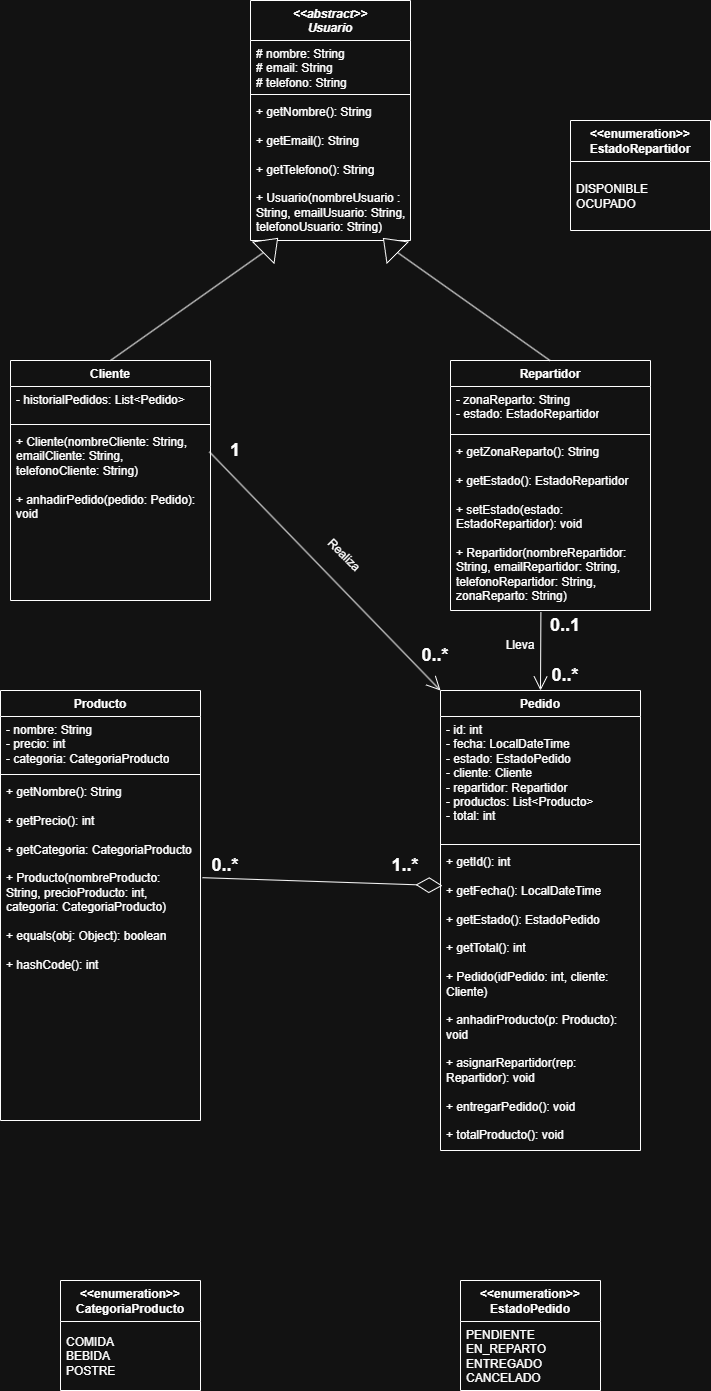
Martin-fb-28/PracticaCD3MFB keeps this draw.io diagram as EntregaIDE_MFB/EntregaIDE2_MFB.drawio.png. Above is the earlier version. Source tidied: cells renumbered, new cells last; positions are measured from the earlier drawing's top-left corner, leaving out a move shared by most shapes. Source of this version:
```xml
<mxGraphModel>
  <root>
    <mxCell id="0" />
    <mxCell id="1" parent="0" />
    <mxCell id="2" value="&lt;div&gt;&lt;i&gt;&amp;lt;&amp;lt;abstract&amp;gt;&amp;gt;&lt;/i&gt;&lt;/div&gt;&lt;i&gt;Usuario&lt;/i&gt;" style="swimlane;fontStyle=1;align=center;verticalAlign=top;horizontal=1;startSize=40;whiteSpace=wrap;html=1;" parent="1" vertex="1">
      <mxGeometry x="250" width="160" height="240" as="geometry" />
    </mxCell>
    <mxCell id="3" value="# nombre: String&lt;div&gt;# email: String&lt;/div&gt;&lt;div&gt;# telefono: String&lt;/div&gt;" style="text;strokeColor=none;fillColor=none;align=left;verticalAlign=top;spacingLeft=4;spacingRight=4;overflow=hidden;whiteSpace=wrap;html=1;" parent="2" vertex="1">
      <mxGeometry y="40" width="160" height="50" as="geometry" />
    </mxCell>
    <mxCell id="4" style="line;strokeWidth=1;fillColor=none;align=left;verticalAlign=middle;spacingTop=-1;spacingLeft=3;spacingRight=3;labelPosition=right;strokeColor=inherit;" parent="2" vertex="1">
      <mxGeometry y="90" width="160" height="8" as="geometry" />
    </mxCell>
    <mxCell id="5" value="+ getNombre(): String&lt;div&gt;&lt;br&gt;&lt;div&gt;+ getEmail(): String&lt;/div&gt;&lt;div&gt;&lt;br&gt;&lt;/div&gt;&lt;div&gt;+ getTelefono(): String&lt;/div&gt;&lt;div&gt;&lt;br&gt;&lt;/div&gt;&lt;div&gt;+ Usuario(nombreUsuario : String, emailUsuario: String, telefonoUsuario: String)&lt;/div&gt;&lt;/div&gt;" style="text;strokeColor=none;fillColor=none;align=left;verticalAlign=top;spacingLeft=4;spacingRight=4;overflow=hidden;whiteSpace=wrap;html=1;" parent="2" vertex="1">
      <mxGeometry y="98" width="160" height="142" as="geometry" />
    </mxCell>
    <mxCell id="6" value="Cliente" style="swimlane;fontStyle=1;align=center;verticalAlign=top;horizontal=1;startSize=26;whiteSpace=wrap;html=1;" parent="1" vertex="1">
      <mxGeometry x="10" y="360" width="200" height="240" as="geometry" />
    </mxCell>
    <mxCell id="7" value="- historialPedidos: List&amp;lt;Pedido&amp;gt;" style="text;strokeColor=none;fillColor=none;align=left;verticalAlign=top;spacingLeft=4;spacingRight=4;overflow=hidden;whiteSpace=wrap;html=1;" parent="6" vertex="1">
      <mxGeometry y="26" width="200" height="34" as="geometry" />
    </mxCell>
    <mxCell id="8" style="line;strokeWidth=1;fillColor=none;align=left;verticalAlign=middle;spacingTop=-1;spacingLeft=3;spacingRight=3;labelPosition=right;strokeColor=inherit;" parent="6" vertex="1">
      <mxGeometry y="60" width="200" height="8" as="geometry" />
    </mxCell>
    <mxCell id="9" value="+ Cliente(nombreCliente: String, emailCliente: String, telefonoCliente: String)&lt;div&gt;&lt;br&gt;&lt;div&gt;+ anhadirPedido(pedido: Pedido): void&lt;/div&gt;&lt;/div&gt;" style="text;strokeColor=none;fillColor=none;align=left;verticalAlign=top;spacingLeft=4;spacingRight=4;overflow=hidden;points=[[0,0.5],[1,0.5]];portConstraint=eastwest;whiteSpace=wrap;html=1;" parent="6" vertex="1">
      <mxGeometry y="68" width="200" height="172" as="geometry" />
    </mxCell>
    <mxCell id="10" style="endArrow=none;html=1;rounded=0;entryX=0;entryY=0.5;entryDx=0;entryDy=0;" parent="1" edge="1" target="11">
      <mxGeometry relative="1" as="geometry">
        <mxPoint x="110" y="360" as="sourcePoint" />
      </mxGeometry>
    </mxCell>
    <mxCell id="11" style="triangle;whiteSpace=wrap;html=1;rotation=-45;" parent="1" vertex="1">
      <mxGeometry x="260" y="230" width="20" height="30" as="geometry" />
    </mxCell>
    <mxCell id="12" value="Repartidor" style="swimlane;fontStyle=1;align=center;verticalAlign=top;horizontal=1;startSize=26;whiteSpace=wrap;html=1;" parent="1" vertex="1">
      <mxGeometry x="450" y="360" width="200" height="250" as="geometry" />
    </mxCell>
    <mxCell id="13" value="- zonaReparto: String&lt;div&gt;- estado: EstadoRepartidor&lt;/div&gt;" style="text;strokeColor=none;fillColor=none;align=left;verticalAlign=top;spacingLeft=4;spacingRight=4;overflow=hidden;whiteSpace=wrap;html=1;" parent="12" vertex="1">
      <mxGeometry y="26" width="200" height="44" as="geometry" />
    </mxCell>
    <mxCell id="14" style="line;strokeWidth=1;fillColor=none;align=left;verticalAlign=middle;spacingTop=-1;spacingLeft=3;spacingRight=3;labelPosition=right;strokeColor=inherit;" parent="12" vertex="1">
      <mxGeometry y="70" width="200" height="8" as="geometry" />
    </mxCell>
    <mxCell id="15" value="+ getZonaReparto(): String&lt;div&gt;&lt;br&gt;&lt;div&gt;+ getEstado(): EstadoRepartidor&lt;/div&gt;&lt;div&gt;&lt;br&gt;&lt;/div&gt;&lt;div&gt;+ setEstado(estado: EstadoRepartidor): void&lt;/div&gt;&lt;div&gt;&lt;br&gt;&lt;/div&gt;&lt;div&gt;+ Repartidor(nombreRepartidor: String, emailRepartidor: String, telefonoRepartidor: String, zonaReparto: String)&lt;/div&gt;&lt;/div&gt;" style="text;strokeColor=none;fillColor=none;align=left;verticalAlign=top;spacingLeft=4;spacingRight=4;overflow=hidden;points=[[0,0.5],[1,0.5]];portConstraint=eastwest;whiteSpace=wrap;html=1;" parent="12" vertex="1">
      <mxGeometry y="78" width="200" height="172" as="geometry" />
    </mxCell>
    <mxCell id="16" style="endArrow=none;html=1;rounded=0;entryX=0;entryY=0.5;entryDx=0;entryDy=0;" parent="1" edge="1" target="17">
      <mxGeometry relative="1" as="geometry">
        <mxPoint x="549.5" y="360" as="sourcePoint" />
      </mxGeometry>
    </mxCell>
    <mxCell id="17" style="triangle;whiteSpace=wrap;html=1;rotation=-135;" parent="1" vertex="1">
      <mxGeometry x="380" y="230" width="20" height="30" as="geometry" />
    </mxCell>
    <mxCell id="18" value="Producto" style="swimlane;fontStyle=1;align=center;verticalAlign=top;horizontal=1;startSize=26;whiteSpace=wrap;html=1;" parent="1" vertex="1">
      <mxGeometry y="690" width="200" height="430" as="geometry" />
    </mxCell>
    <mxCell id="19" value="- nombre: String&lt;div&gt;- precio: int&lt;/div&gt;&lt;div&gt;- categoria: CategoriaProducto&lt;/div&gt;" style="text;strokeColor=none;fillColor=none;align=left;verticalAlign=top;spacingLeft=4;spacingRight=4;overflow=hidden;whiteSpace=wrap;html=1;" parent="18" vertex="1">
      <mxGeometry y="26" width="200" height="54" as="geometry" />
    </mxCell>
    <mxCell id="20" style="line;strokeWidth=1;fillColor=none;align=left;verticalAlign=middle;spacingTop=-1;spacingLeft=3;spacingRight=3;labelPosition=right;strokeColor=inherit;" parent="18" vertex="1">
      <mxGeometry y="80" width="200" height="8" as="geometry" />
    </mxCell>
    <mxCell id="21" value="+ getNombre(): String&lt;div&gt;&lt;br&gt;&lt;/div&gt;&lt;div&gt;+ getPrecio(): int&lt;/div&gt;&lt;div&gt;&lt;br&gt;&lt;/div&gt;&lt;div&gt;+ getCategoria: CategoriaProducto&lt;/div&gt;&lt;div&gt;&lt;br&gt;&lt;/div&gt;&lt;div&gt;+ Producto(nombreProducto: String, precioProducto: int, categoria: CategoriaProducto)&lt;/div&gt;&lt;div&gt;&lt;br&gt;&lt;/div&gt;&lt;div&gt;+ equals(obj: Object): boolean&lt;/div&gt;&lt;div&gt;&lt;br&gt;&lt;/div&gt;&lt;div&gt;+ hashCode(): int&lt;/div&gt;" style="text;strokeColor=none;fillColor=none;align=left;verticalAlign=top;spacingLeft=4;spacingRight=4;overflow=hidden;points=[[0,0.5],[1,0.5]];portConstraint=eastwest;whiteSpace=wrap;html=1;" parent="18" vertex="1">
      <mxGeometry y="88" width="200" height="342" as="geometry" />
    </mxCell>
    <mxCell id="22" value="Pedido" style="swimlane;fontStyle=1;align=center;verticalAlign=top;horizontal=1;startSize=26;whiteSpace=wrap;html=1;" parent="1" vertex="1">
      <mxGeometry x="440" y="690" width="200" height="460" as="geometry" />
    </mxCell>
    <mxCell id="23" value="- id: int&lt;div&gt;- fecha: LocalDateTime&lt;/div&gt;&lt;div&gt;- estado: EstadoPedido&lt;/div&gt;&lt;div&gt;- cliente: Cliente&lt;/div&gt;&lt;div&gt;- repartidor: Repartidor&lt;/div&gt;&lt;div&gt;- productos: List&amp;lt;Producto&amp;gt;&lt;/div&gt;&lt;div&gt;- total: int&lt;/div&gt;" style="text;strokeColor=none;fillColor=none;align=left;verticalAlign=top;spacingLeft=4;spacingRight=4;overflow=hidden;whiteSpace=wrap;html=1;" parent="22" vertex="1">
      <mxGeometry y="26" width="200" height="124" as="geometry" />
    </mxCell>
    <mxCell id="24" style="line;strokeWidth=1;fillColor=none;align=left;verticalAlign=middle;spacingTop=-1;spacingLeft=3;spacingRight=3;labelPosition=right;strokeColor=inherit;" parent="22" vertex="1">
      <mxGeometry y="150" width="200" height="8" as="geometry" />
    </mxCell>
    <mxCell id="25" value="+ getId(): int&lt;div&gt;&lt;br&gt;&lt;div&gt;+ getFecha(): LocalDateTime&lt;/div&gt;&lt;/div&gt;&lt;div&gt;&lt;br&gt;&lt;/div&gt;&lt;div&gt;+ getEstado(): EstadoPedido&lt;/div&gt;&lt;div&gt;&lt;br&gt;&lt;/div&gt;&lt;div&gt;+ getTotal(): int&lt;/div&gt;&lt;div&gt;&lt;br&gt;&lt;/div&gt;&lt;div&gt;+ Pedido(idPedido: int, cliente: Cliente)&lt;/div&gt;&lt;div&gt;&lt;br&gt;&lt;/div&gt;&lt;div&gt;+ anhadirProducto(p: Producto): void&lt;/div&gt;&lt;div&gt;&lt;br&gt;&lt;/div&gt;&lt;div&gt;+ asignarRepartidor(rep: Repartidor): void&lt;/div&gt;&lt;div&gt;&lt;br&gt;&lt;/div&gt;&lt;div&gt;+ entregarPedido(): void&lt;/div&gt;&lt;div&gt;&lt;br&gt;&lt;/div&gt;&lt;div&gt;+ totalProducto(): void&lt;/div&gt;" style="text;strokeColor=none;fillColor=none;align=left;verticalAlign=top;spacingLeft=4;spacingRight=4;overflow=hidden;points=[[0,0.5],[1,0.5]];portConstraint=eastwest;whiteSpace=wrap;html=1;" parent="22" vertex="1">
      <mxGeometry y="158" width="200" height="302" as="geometry" />
    </mxCell>
    <mxCell id="26" value="&lt;div&gt;&amp;lt;&amp;lt;enumeration&amp;gt;&amp;gt;&lt;/div&gt;EstadoPedido" style="swimlane;fontStyle=1;align=center;verticalAlign=middle;horizontal=1;startSize=41;html=1;whiteSpace=wrap;" parent="1" vertex="1">
      <mxGeometry x="460" y="1280" width="140" height="110" as="geometry" />
    </mxCell>
    <mxCell id="27" value="PENDIENTE&lt;div&gt;EN_REPARTO&lt;/div&gt;&lt;div&gt;ENTREGADO&lt;/div&gt;&lt;div&gt;CANCELADO&lt;/div&gt;" style="text;html=1;strokeColor=none;fillColor=none;align=left;verticalAlign=middle;spacingLeft=4;spacingRight=4;overflow=hidden;whiteSpace=wrap;" parent="26" vertex="1">
      <mxGeometry y="41" width="140" height="69" as="geometry" />
    </mxCell>
    <mxCell id="28" value="&lt;div&gt;&amp;lt;&amp;lt;enumeration&amp;gt;&amp;gt;&lt;/div&gt;CategoriaProducto" style="swimlane;fontStyle=1;align=center;verticalAlign=middle;horizontal=1;startSize=41;html=1;whiteSpace=wrap;" parent="1" vertex="1">
      <mxGeometry x="60" y="1280" width="140" height="110" as="geometry" />
    </mxCell>
    <mxCell id="29" value="COMIDA&lt;div&gt;BEBIDA&lt;/div&gt;&lt;div&gt;POSTRE&lt;/div&gt;" style="text;html=1;strokeColor=none;fillColor=none;align=left;verticalAlign=middle;spacingLeft=4;spacingRight=4;overflow=hidden;whiteSpace=wrap;" parent="28" vertex="1">
      <mxGeometry y="41" width="140" height="69" as="geometry" />
    </mxCell>
    <mxCell id="30" value="&lt;div&gt;&amp;lt;&amp;lt;enumeration&amp;gt;&amp;gt;&lt;/div&gt;EstadoRepartidor" style="swimlane;fontStyle=1;align=center;verticalAlign=middle;horizontal=1;startSize=41;html=1;whiteSpace=wrap;" parent="1" vertex="1">
      <mxGeometry x="570" y="120" width="140" height="110" as="geometry" />
    </mxCell>
    <mxCell id="31" value="DISPONIBLE&lt;div&gt;OCUPADO&lt;/div&gt;" style="text;html=1;strokeColor=none;fillColor=none;align=left;verticalAlign=middle;spacingLeft=4;spacingRight=4;overflow=hidden;whiteSpace=wrap;" parent="30" vertex="1">
      <mxGeometry y="41" width="140" height="69" as="geometry" />
    </mxCell>
    <mxCell id="32" style="endArrow=open;endFill=1;endSize=12;html=1;rounded=0;entryX=0;entryY=0;entryDx=0;entryDy=0;exitX=0.994;exitY=0.135;exitDx=0;exitDy=0;exitPerimeter=0;" parent="1" edge="1" source="9" target="22">
      <mxGeometry relative="1" as="geometry" />
    </mxCell>
    <mxCell id="33" style="endArrow=open;endFill=1;endSize=12;html=1;rounded=0;exitX=0.452;exitY=1.009;exitDx=0;exitDy=0;exitPerimeter=0;entryX=0.5;entryY=0;entryDx=0;entryDy=0;" parent="1" edge="1" source="15" target="22">
      <mxGeometry relative="1" as="geometry" />
    </mxCell>
    <mxCell id="34" style="endArrow=diamondThin;endFill=0;endSize=24;html=1;rounded=0;exitX=1.01;exitY=0.29;exitDx=0;exitDy=0;exitPerimeter=0;entryX=0.01;entryY=0.123;entryDx=0;entryDy=0;entryPerimeter=0;" parent="1" edge="1" source="21" target="25">
      <mxGeometry relative="1" as="geometry" />
    </mxCell>
    <mxCell id="35" value="&lt;b&gt;&lt;font style=&quot;font-size: 18px;&quot;&gt;1&lt;/font&gt;&lt;/b&gt;" style="text;html=1;whiteSpace=wrap;strokeColor=none;fillColor=none;align=center;verticalAlign=middle;rounded=0;" parent="1" vertex="1">
      <mxGeometry x="210" y="440" width="50" height="20" as="geometry" />
    </mxCell>
    <mxCell id="36" value="&lt;font style=&quot;font-size: 18px;&quot;&gt;&lt;b&gt;0..*&lt;/b&gt;&lt;/font&gt;" style="text;html=1;whiteSpace=wrap;strokeColor=none;fillColor=none;align=center;verticalAlign=middle;rounded=0;rotation=0;" parent="1" vertex="1">
      <mxGeometry x="410" y="640" width="50" height="30" as="geometry" />
    </mxCell>
    <mxCell id="37" value="&lt;font style=&quot;font-size: 18px;&quot;&gt;&lt;b&gt;0..1&lt;/b&gt;&lt;/font&gt;" style="text;html=1;whiteSpace=wrap;strokeColor=none;fillColor=none;align=center;verticalAlign=middle;rounded=0;rotation=0;" parent="1" vertex="1">
      <mxGeometry x="540" y="610" width="50" height="30" as="geometry" />
    </mxCell>
    <mxCell id="38" value="&lt;font style=&quot;font-size: 18px;&quot;&gt;&lt;b&gt;0..*&lt;/b&gt;&lt;/font&gt;" style="text;html=1;whiteSpace=wrap;strokeColor=none;fillColor=none;align=center;verticalAlign=middle;rounded=0;rotation=0;" parent="1" vertex="1">
      <mxGeometry x="540" y="660" width="50" height="30" as="geometry" />
    </mxCell>
    <mxCell id="39" value="Lleva" style="text;html=1;whiteSpace=wrap;strokeColor=none;fillColor=none;align=center;verticalAlign=middle;rounded=0;" parent="1" vertex="1">
      <mxGeometry x="490" y="630" width="60" height="30" as="geometry" />
    </mxCell>
    <mxCell id="40" value="Realiza" style="text;html=1;whiteSpace=wrap;strokeColor=none;fillColor=none;align=center;verticalAlign=middle;rounded=0;rotation=45;" parent="1" vertex="1">
      <mxGeometry x="314" y="540" width="60" height="30" as="geometry" />
    </mxCell>
    <mxCell id="41" value="&lt;font style=&quot;font-size: 18px;&quot;&gt;&lt;b&gt;1..*&lt;/b&gt;&lt;/font&gt;" style="text;html=1;whiteSpace=wrap;strokeColor=none;fillColor=none;align=center;verticalAlign=middle;rounded=0;rotation=0;" parent="1" vertex="1">
      <mxGeometry x="380" y="850" width="50" height="30" as="geometry" />
    </mxCell>
    <mxCell id="42" value="&lt;font style=&quot;font-size: 18px;&quot;&gt;&lt;b&gt;0..*&lt;/b&gt;&lt;/font&gt;" style="text;html=1;whiteSpace=wrap;strokeColor=none;fillColor=none;align=center;verticalAlign=middle;rounded=0;rotation=0;" parent="1" vertex="1">
      <mxGeometry x="200" y="850" width="50" height="30" as="geometry" />
    </mxCell>
  </root>
</mxGraphModel>
```
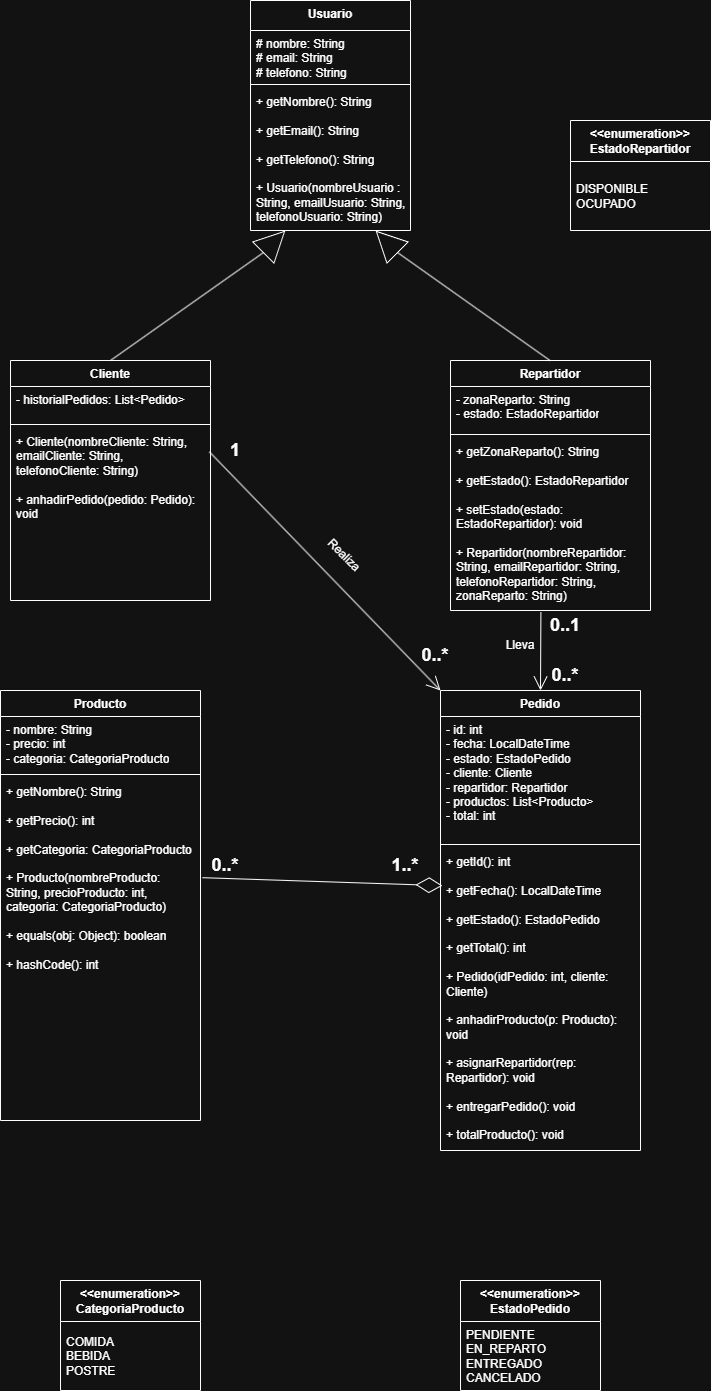
After the change.

Commit message:
Modificado el png del diagrama de clases porque había que quitar el <<abstract de la clase usuario

What changed in the source:
```diff
@@ -2,17 +2,17 @@
   <root>
     <mxCell id="0" />
     <mxCell id="1" parent="0" />
-    <mxCell id="2" value="&lt;div&gt;&lt;i&gt;&amp;lt;&amp;lt;abstract&amp;gt;&amp;gt;&lt;/i&gt;&lt;/div&gt;&lt;i&gt;Usuario&lt;/i&gt;" style="swimlane;fontStyle=1;align=center;verticalAlign=top;horizontal=1;startSize=40;whiteSpace=wrap;html=1;" parent="1" vertex="1">
-      <mxGeometry x="250" width="160" height="240" as="geometry" />
+    <mxCell id="2" value="&lt;div&gt;Usuario&lt;/div&gt;" style="swimlane;fontStyle=1;align=center;verticalAlign=top;horizontal=1;startSize=30;whiteSpace=wrap;html=1;" parent="1" vertex="1">
+      <mxGeometry x="250" width="160" height="230" as="geometry" />
     </mxCell>
     <mxCell id="3" value="# nombre: String&lt;div&gt;# email: String&lt;/div&gt;&lt;div&gt;# telefono: String&lt;/div&gt;" style="text;strokeColor=none;fillColor=none;align=left;verticalAlign=top;spacingLeft=4;spacingRight=4;overflow=hidden;whiteSpace=wrap;html=1;" parent="2" vertex="1">
-      <mxGeometry y="40" width="160" height="50" as="geometry" />
+      <mxGeometry y="30" width="160" height="50" as="geometry" />
     </mxCell>
     <mxCell id="4" style="line;strokeWidth=1;fillColor=none;align=left;verticalAlign=middle;spacingTop=-1;spacingLeft=3;spacingRight=3;labelPosition=right;strokeColor=inherit;" parent="2" vertex="1">
-      <mxGeometry y="90" width="160" height="8" as="geometry" />
+      <mxGeometry y="80" width="160" height="8" as="geometry" />
     </mxCell>
     <mxCell id="5" value="+ getNombre(): String&lt;div&gt;&lt;br&gt;&lt;div&gt;+ getEmail(): String&lt;/div&gt;&lt;div&gt;&lt;br&gt;&lt;/div&gt;&lt;div&gt;+ getTelefono(): String&lt;/div&gt;&lt;div&gt;&lt;br&gt;&lt;/div&gt;&lt;div&gt;+ Usuario(nombreUsuario : String, emailUsuario: String, telefonoUsuario: String)&lt;/div&gt;&lt;/div&gt;" style="text;strokeColor=none;fillColor=none;align=left;verticalAlign=top;spacingLeft=4;spacingRight=4;overflow=hidden;whiteSpace=wrap;html=1;" parent="2" vertex="1">
-      <mxGeometry y="98" width="160" height="142" as="geometry" />
+      <mxGeometry y="88" width="160" height="142" as="geometry" />
     </mxCell>
     <mxCell id="6" value="Cliente" style="swimlane;fontStyle=1;align=center;verticalAlign=top;horizontal=1;startSize=26;whiteSpace=wrap;html=1;" parent="1" vertex="1">
       <mxGeometry x="10" y="360" width="200" height="240" as="geometry" />
@@ -32,7 +32,7 @@
       </mxGeometry>
     </mxCell>
     <mxCell id="11" style="triangle;whiteSpace=wrap;html=1;rotation=-45;" parent="1" vertex="1">
-      <mxGeometry x="260" y="230" width="20" height="30" as="geometry" />
+      <mxGeometry x="258.5" y="226.5" width="30" height="30" as="geometry" />
     </mxCell>
     <mxCell id="12" value="Repartidor" style="swimlane;fontStyle=1;align=center;verticalAlign=top;horizontal=1;startSize=26;whiteSpace=wrap;html=1;" parent="1" vertex="1">
       <mxGeometry x="450" y="360" width="200" height="250" as="geometry" />
@@ -52,7 +52,7 @@
       </mxGeometry>
     </mxCell>
     <mxCell id="17" style="triangle;whiteSpace=wrap;html=1;rotation=-135;" parent="1" vertex="1">
-      <mxGeometry x="380" y="230" width="20" height="30" as="geometry" />
+      <mxGeometry x="371.5" y="226.5" width="30" height="30" as="geometry" />
     </mxCell>
     <mxCell id="18" value="Producto" style="swimlane;fontStyle=1;align=center;verticalAlign=top;horizontal=1;startSize=26;whiteSpace=wrap;html=1;" parent="1" vertex="1">
       <mxGeometry y="690" width="200" height="430" as="geometry" />
```
